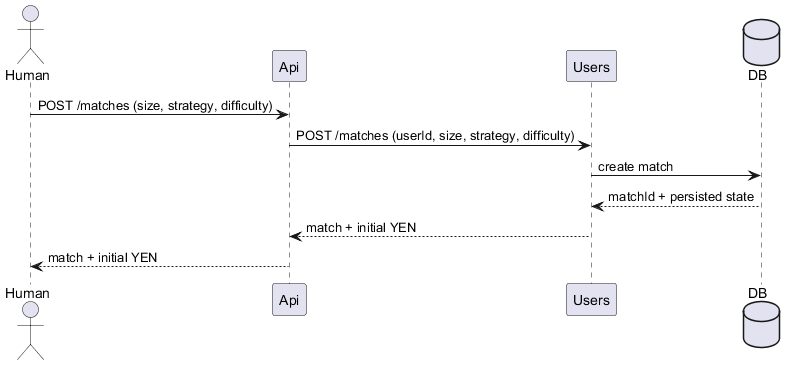
The PlantUML diagram images/runtime-create-match.png in Arquisoft/yovi_es1c, before a commit. Source of this version:
```plantuml
@startuml
actor Human
participant Api
participant Users
database DB

Human -> Api: POST /matches (size, strategy, difficulty)
Api -> Users: POST /matches (userId, size, strategy, difficulty)
Users -> DB: create match
DB --> Users: matchId + persisted state
Users --> Api: match + initial YEN
Api --> Human: match + initial YEN
@enduml
```
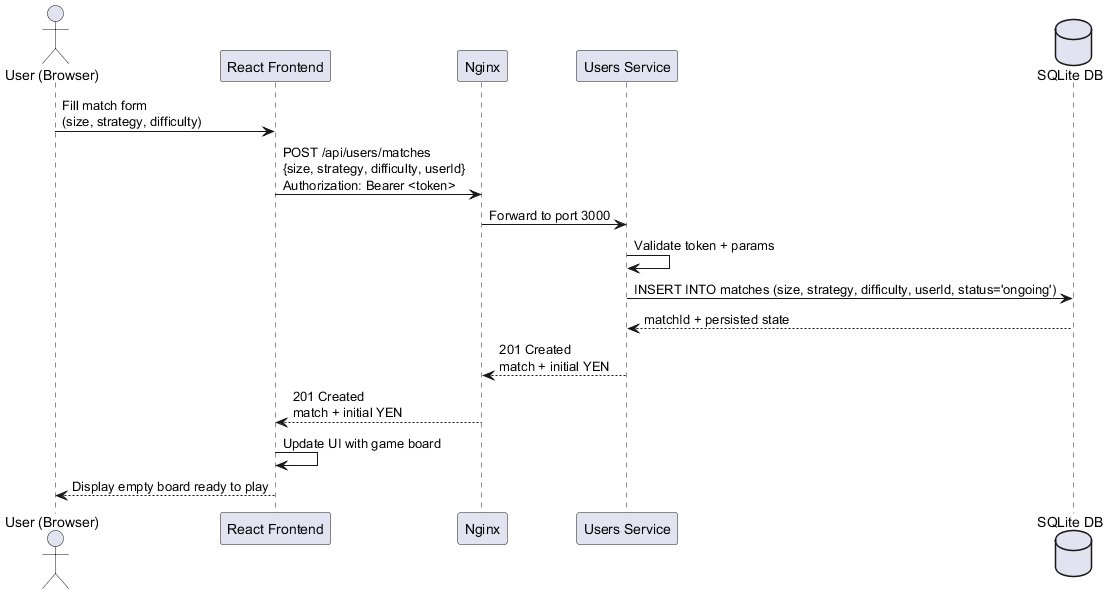
The same file after the commit.

What changed in the source:
```diff
@@ -1,13 +1,18 @@
 @startuml
-actor Human
-participant Api
-participant Users
-database DB
+actor "User (Browser)" as Human
+participant "React Frontend" as Frontend
+participant "Nginx" as Nginx
+participant "Users Service" as Users
+database "SQLite DB" as DB
 
-Human -> Api: POST /matches (size, strategy, difficulty)
-Api -> Users: POST /matches (userId, size, strategy, difficulty)
-Users -> DB: create match
+Human -> Frontend: Fill match form\n(size, strategy, difficulty)
+Frontend -> Nginx: POST /api/users/matches\n{size, strategy, difficulty, userId}\nAuthorization: Bearer <token>
+Nginx -> Users: Forward to port 3000
+Users -> Users: Validate token + params
+Users -> DB: INSERT INTO matches (size, strategy, difficulty, userId, status='ongoing')
 DB --> Users: matchId + persisted state
-Users --> Api: match + initial YEN
-Api --> Human: match + initial YEN
+Users --> Nginx: 201 Created\nmatch + initial YEN
+Nginx --> Frontend: 201 Created\nmatch + initial YEN
+Frontend -> Frontend: Update UI with game board
+Frontend --> Human: Display empty board ready to play
 @enduml
```
